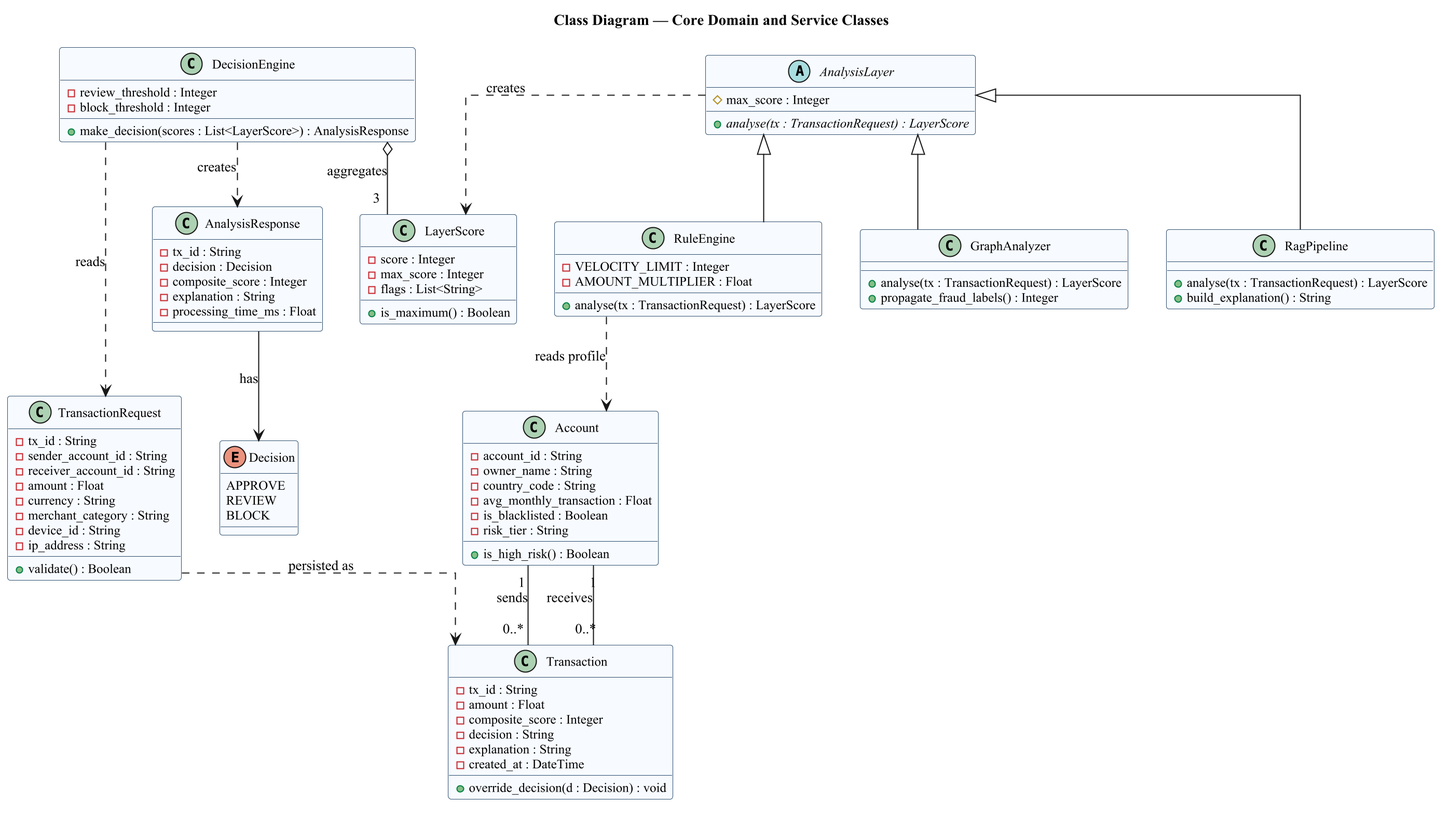
OMJOSHI15/indus11 keeps this PlantUML diagram as docs/diagrams/05-class.png. Above is the earlier version.
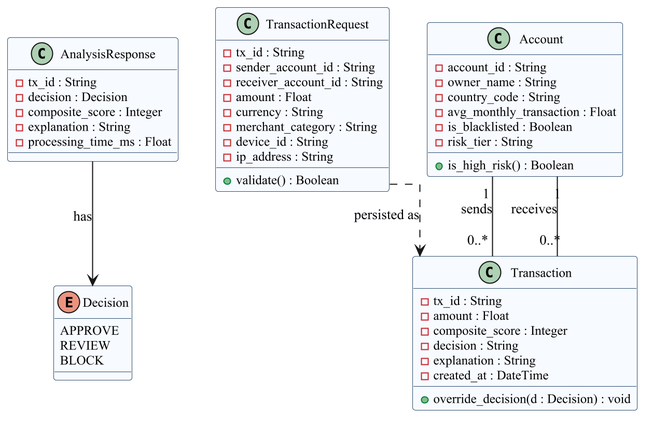
After the commit.

What changed in the source:
```diff
@@ -12,7 +12,6 @@
   AttributeFontName Times New Roman
   AttributeFontSize 12
 }
-title Class Diagram — Core Domain and Service Classes
 enum Decision {
   APPROVE
   REVIEW
@@ -28,12 +27,6 @@
   - device_id : String
   - ip_address : String
   + validate() : Boolean
-}
-class LayerScore {
-  - score : Integer
-  - max_score : Integer
-  - flags : List<String>
-  + is_maximum() : Boolean
 }
 class AnalysisResponse {
   - tx_id : String
@@ -60,38 +53,8 @@
   - created_at : DateTime
   + override_decision(d : Decision) : void
 }
-abstract class AnalysisLayer {
-  # max_score : Integer
-  + {abstract} analyse(tx : TransactionRequest) : LayerScore
-}
-class RuleEngine {
-  - VELOCITY_LIMIT : Integer
-  - AMOUNT_MULTIPLIER : Float
-  + analyse(tx : TransactionRequest) : LayerScore
-}
-class GraphAnalyzer {
-  + analyse(tx : TransactionRequest) : LayerScore
-  + propagate_fraud_labels() : Integer
-}
-class RagPipeline {
-  + analyse(tx : TransactionRequest) : LayerScore
-  + build_explanation() : String
-}
-class DecisionEngine {
-  - review_threshold : Integer
-  - block_threshold : Integer
-  + make_decision(scores : List<LayerScore>) : AnalysisResponse
-}
-AnalysisLayer <|-- RuleEngine
-AnalysisLayer <|-- GraphAnalyzer
-AnalysisLayer <|-- RagPipeline
-AnalysisLayer ..> LayerScore : creates
-DecisionEngine o-- "3" LayerScore : aggregates
-DecisionEngine ..> AnalysisResponse : creates
+TransactionRequest ..> Transaction : persisted as
 AnalysisResponse --> Decision : has
-DecisionEngine ..> TransactionRequest : reads
 Account "1" -- "0..*" Transaction : sends
 Account "1" -- "0..*" Transaction : receives
-TransactionRequest ..> Transaction : persisted as
-RuleEngine ..> Account : reads profile
 @enduml
```
